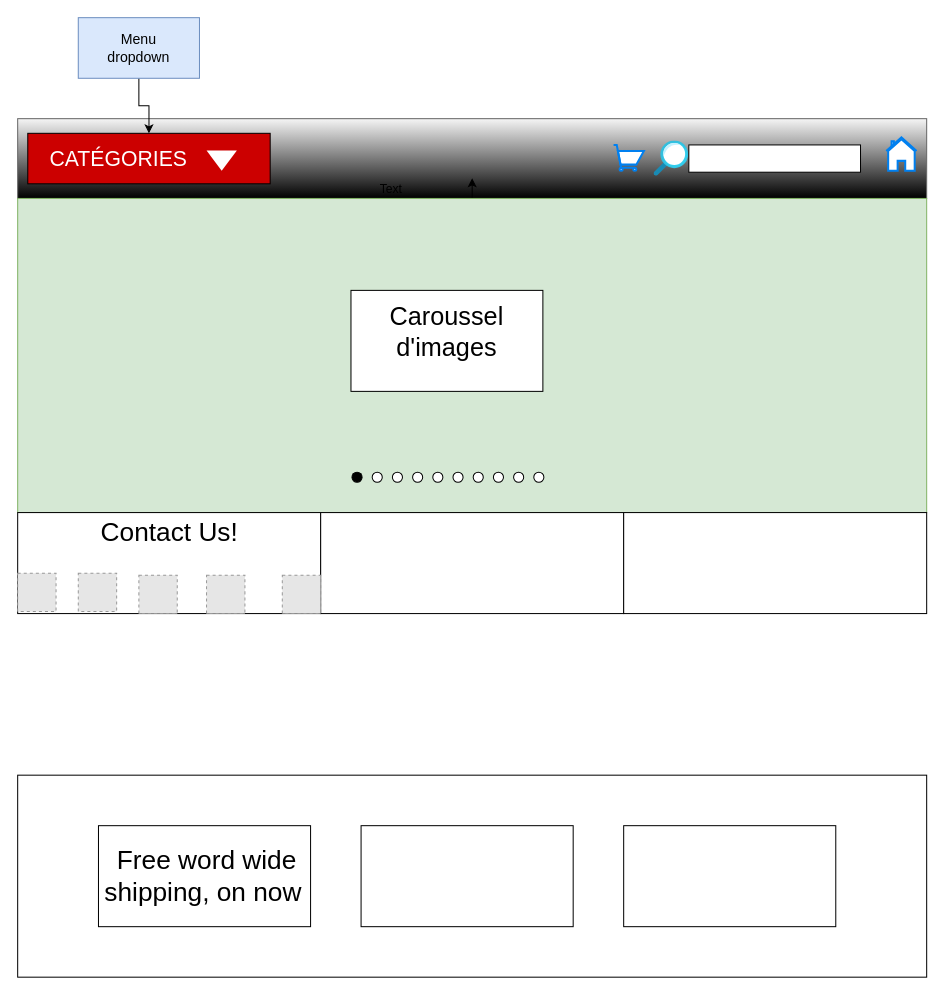
This is Untitled Diagram.drawio from At0micA55/school_stuff, a draw.io file, before an edit. Source tidied: cells renumbered, new cells numbered last; positions are measured from the earlier drawing's top-left corner, leaving out a move shared by most shapes. Both pictures are drawn from the tidied source at 101%, with x=0, y=0 at pixel (17, 17). Pictures stored in the file or linked from it are replaced by grey dashed boxes.
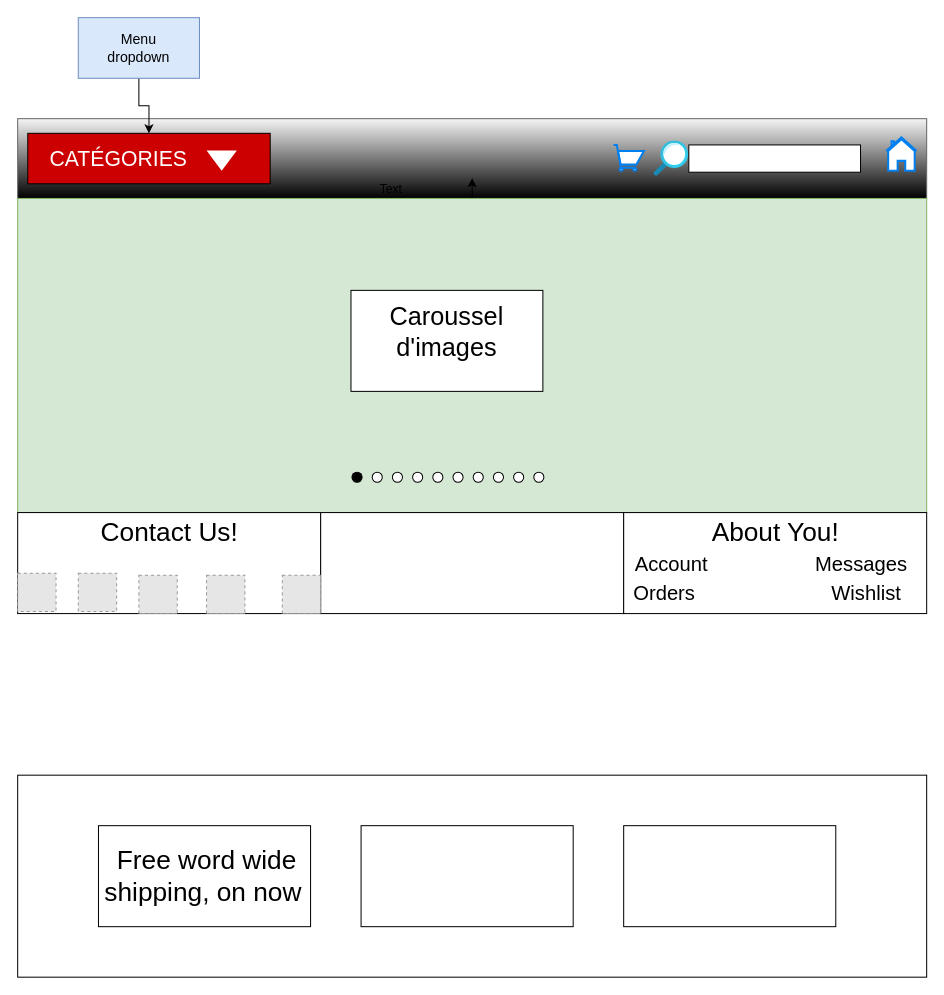
The same page after the edit.

What changed in the source:
```diff
@@
+    <mxCell id="44" value="&lt;font style=&quot;font-size: 26px&quot;&gt;About You!&lt;/font&gt;" style="text;html=1;align=center;verticalAlign=middle;fillColor=none;strokeColor=none;rounded=0;" parent="1" vertex="1">
+      <mxGeometry x="679.5" y="500" width="140" height="20" as="geometry" />
+    </mxCell>
@@
+    <mxCell id="45" value="&lt;font style=&quot;font-size: 20px&quot;&gt;Account&lt;/font&gt;" style="text;html=1;align=center;verticalAlign=middle;fillColor=none;strokeColor=none;rounded=0;" parent="1" vertex="1">
+      <mxGeometry x="602.2" y="530" width="90" height="20" as="geometry" />
+    </mxCell>
@@
+    <mxCell id="46" value="&lt;font style=&quot;font-size: 20px&quot;&gt;Orders&lt;/font&gt;" style="text;html=1;align=center;verticalAlign=middle;fillColor=none;strokeColor=none;rounded=0;" parent="1" vertex="1">
+      <mxGeometry x="599.5" y="559" width="80" height="20" as="geometry" />
+    </mxCell>
@@
+    <mxCell id="47" value="&lt;font style=&quot;font-size: 20px&quot;&gt;Messages&lt;/font&gt;" style="text;html=1;align=center;verticalAlign=middle;fillColor=none;strokeColor=none;rounded=0;" parent="1" vertex="1">
+      <mxGeometry x="780" y="530" width="110" height="20" as="geometry" />
+    </mxCell>
@@
+    <mxCell id="48" value="&lt;font style=&quot;font-size: 20px&quot;&gt;Wishlist&lt;/font&gt;" style="text;html=1;align=center;verticalAlign=middle;fillColor=none;strokeColor=none;rounded=0;" parent="1" vertex="1">
+      <mxGeometry x="800" y="559" width="80" height="20" as="geometry" />
+    </mxCell>
```
